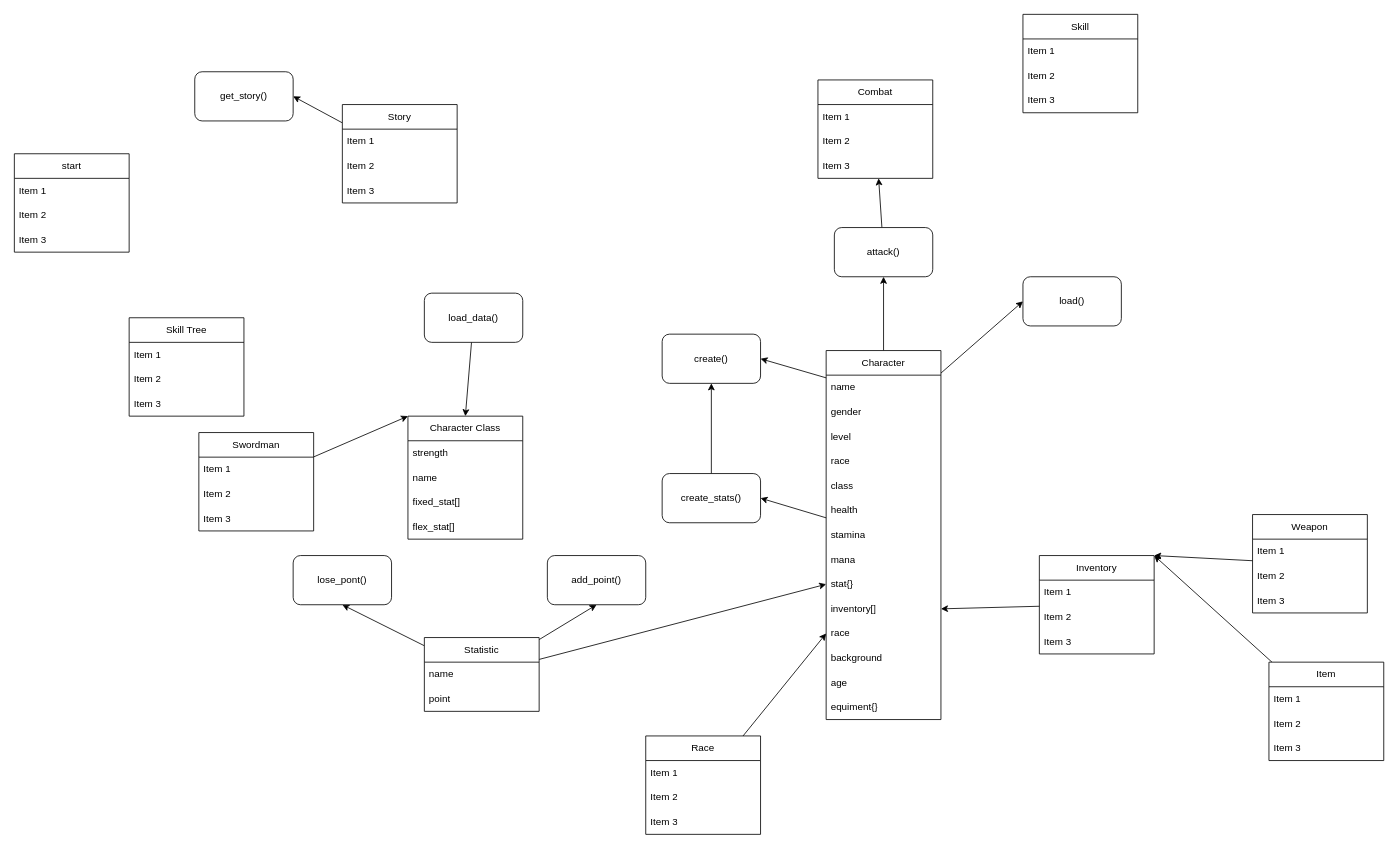
Above: design.drawio in minhduc1212/Text_Based_Game (draw.io), before the change. Source tidied: cells renumbered, new cells numbered last; positions are measured from the earlier drawing's top-left corner, leaving out a move shared by most shapes. Both pictures are drawn from the tidied source at 82%, with x=0, y=0 at pixel (14, 14).
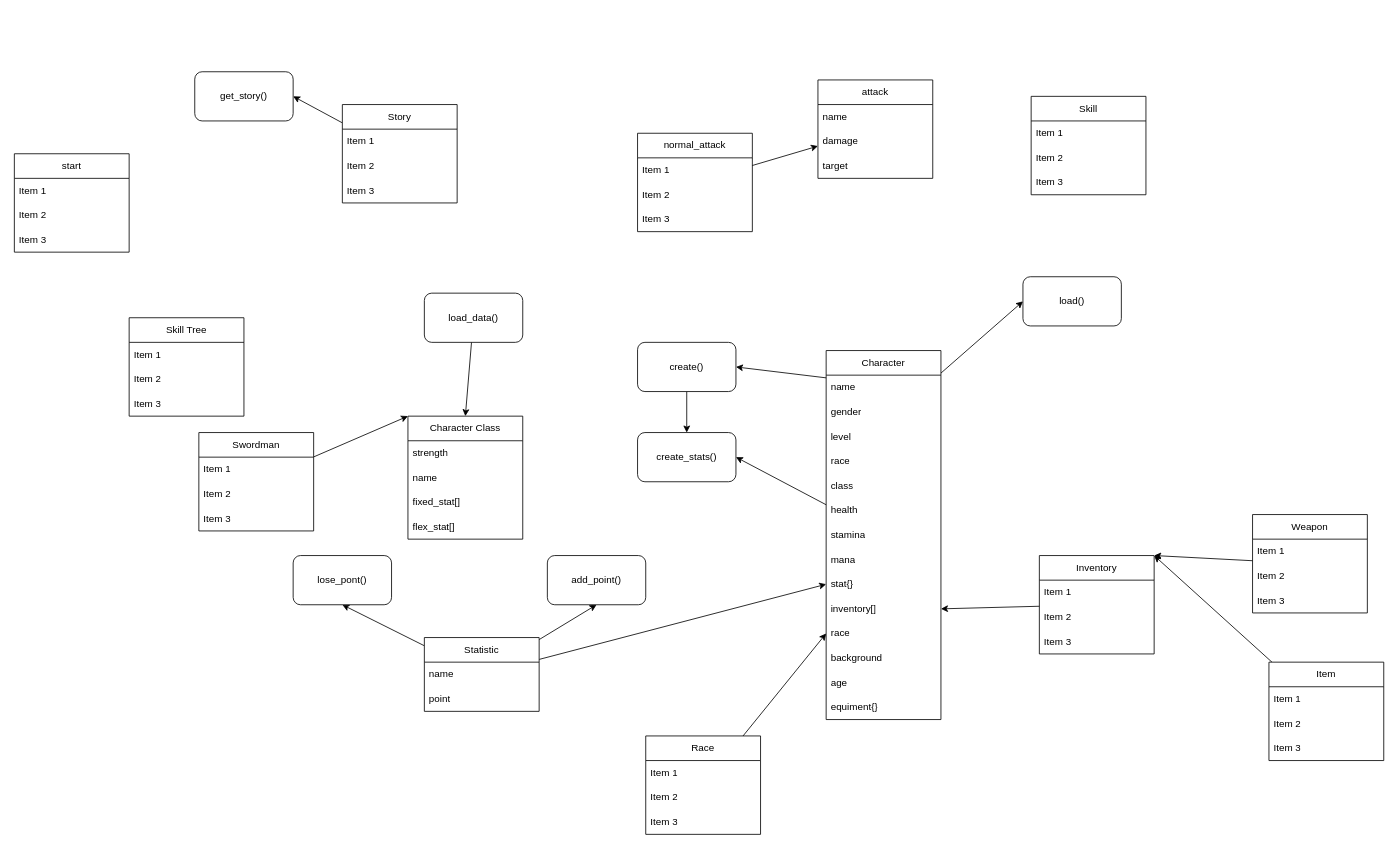
The same diagram, later.

Commit message (it also covers changes not shown here):
feat(test, combat, design): test attack

The change refers to these unchanged cells:
```xml
<mxCell id="6" value="Character" style="swimlane;fontStyle=0;horizontal=1;startSize=30;whiteSpace=wrap;html=1;" parent="1" vertex="1">
  <mxGeometry x="990" y="410" width="140" height="450" as="geometry" />
</mxCell>
```

The edit, as a diff of the source:
```diff
@@
-    <mxCell id="4" style="edgeStyle=none;html=1;entryX=0.5;entryY=1;entryDx=0;entryDy=0;" parent="1" edge="1" source="6" target="58">
-      <mxGeometry relative="1" as="geometry" />
-    </mxCell>
@@
-    <mxCell id="32" value="Combat" style="swimlane;fontStyle=0;horizontal=1;startSize=30;whiteSpace=wrap;html=1;" parent="1" vertex="1">
+    <mxCell id="32" value="attack" style="swimlane;fontStyle=0;horizontal=1;startSize=30;whiteSpace=wrap;html=1;" parent="1" vertex="1">
       <mxGeometry x="980" y="80" width="140" height="120" as="geometry" />
     </mxCell>
-    <mxCell id="33" value="Item 1" style="text;strokeColor=none;fillColor=none;align=left;verticalAlign=middle;spacingLeft=4;spacingRight=4;overflow=hidden;whiteSpace=wrap;html=1;" parent="32" vertex="1">
+    <mxCell id="33" value="name" style="text;strokeColor=none;fillColor=none;align=left;verticalAlign=middle;spacingLeft=4;spacingRight=4;overflow=hidden;whiteSpace=wrap;html=1;" parent="32" vertex="1">
       <mxGeometry y="30" width="140" height="30" as="geometry" />
     </mxCell>
-    <mxCell id="34" value="Item 2" style="text;strokeColor=none;fillColor=none;align=left;verticalAlign=middle;spacingLeft=4;spacingRight=4;overflow=hidden;whiteSpace=wrap;html=1;" parent="32" vertex="1">
+    <mxCell id="34" value="damage" style="text;strokeColor=none;fillColor=none;align=left;verticalAlign=middle;spacingLeft=4;spacingRight=4;overflow=hidden;whiteSpace=wrap;html=1;" parent="32" vertex="1">
       <mxGeometry y="60" width="140" height="30" as="geometry" />
     </mxCell>
-    <mxCell id="35" value="Item 3" style="text;strokeColor=none;fillColor=none;align=left;verticalAlign=middle;spacingLeft=4;spacingRight=4;overflow=hidden;whiteSpace=wrap;html=1;" parent="32" vertex="1">
+    <mxCell id="35" value="target" style="text;strokeColor=none;fillColor=none;align=left;verticalAlign=middle;spacingLeft=4;spacingRight=4;overflow=hidden;whiteSpace=wrap;html=1;" parent="32" vertex="1">
       <mxGeometry y="90" width="140" height="30" as="geometry" />
     </mxCell>
@@
+    <mxCell id="89" style="edgeStyle=none;html=1;entryX=0.5;entryY=0;entryDx=0;entryDy=0;" parent="1" edge="1" source="46" target="84">
+      <mxGeometry relative="1" as="geometry" />
+    </mxCell>
     <mxCell id="46" value="create()" style="rounded=1;whiteSpace=wrap;html=1;" parent="1" vertex="1">
-      <mxGeometry x="790" y="390" width="120" height="60" as="geometry" />
+      <mxGeometry x="760" y="400" width="120" height="60" as="geometry" />
     </mxCell>
@@
     <mxCell id="53" value="Skill" style="swimlane;fontStyle=0;horizontal=1;startSize=30;whiteSpace=wrap;html=1;" parent="1" vertex="1">
-      <mxGeometry x="1230" width="140" height="120" as="geometry" />
+      <mxGeometry x="1240" y="100" width="140" height="120" as="geometry" />
     </mxCell>
@@
-    <mxCell id="57" style="edgeStyle=none;html=1;" parent="1" edge="1" source="58" target="32">
-      <mxGeometry relative="1" as="geometry" />
-    </mxCell>
-    <mxCell id="58" value="attack()" style="rounded=1;whiteSpace=wrap;html=1;" parent="1" vertex="1">
-      <mxGeometry x="1000" y="260" width="120" height="60" as="geometry" />
-    </mxCell>
@@
-    <mxCell id="83" style="edgeStyle=none;html=1;entryX=0.5;entryY=1;entryDx=0;entryDy=0;" parent="1" edge="1" source="84" target="46">
-      <mxGeometry relative="1" as="geometry" />
-    </mxCell>
     <mxCell id="84" value="create_stats()" style="rounded=1;whiteSpace=wrap;html=1;" parent="1" vertex="1">
-      <mxGeometry x="790" y="560" width="120" height="60" as="geometry" />
+      <mxGeometry x="760" y="510" width="120" height="60" as="geometry" />
     </mxCell>
@@
+    <mxCell id="90" style="edgeStyle=none;html=1;" parent="1" edge="1" source="91" target="32">
+      <mxGeometry relative="1" as="geometry" />
+    </mxCell>
+    <mxCell id="91" value="normal_attack" style="swimlane;fontStyle=0;horizontal=1;startSize=30;whiteSpace=wrap;html=1;" parent="1" vertex="1">
+      <mxGeometry x="760" y="145" width="140" height="120" as="geometry" />
+    </mxCell>
+    <mxCell id="92" value="Item 1" style="text;strokeColor=none;fillColor=none;align=left;verticalAlign=middle;spacingLeft=4;spacingRight=4;overflow=hidden;whiteSpace=wrap;html=1;" parent="91" vertex="1">
+      <mxGeometry y="30" width="140" height="30" as="geometry" />
+    </mxCell>
+    <mxCell id="93" value="Item 2" style="text;strokeColor=none;fillColor=none;align=left;verticalAlign=middle;spacingLeft=4;spacingRight=4;overflow=hidden;whiteSpace=wrap;html=1;" parent="91" vertex="1">
+      <mxGeometry y="60" width="140" height="30" as="geometry" />
+    </mxCell>
+    <mxCell id="94" value="Item 3" style="text;strokeColor=none;fillColor=none;align=left;verticalAlign=middle;spacingLeft=4;spacingRight=4;overflow=hidden;whiteSpace=wrap;html=1;" parent="91" vertex="1">
+      <mxGeometry y="90" width="140" height="30" as="geometry" />
+    </mxCell>
```
